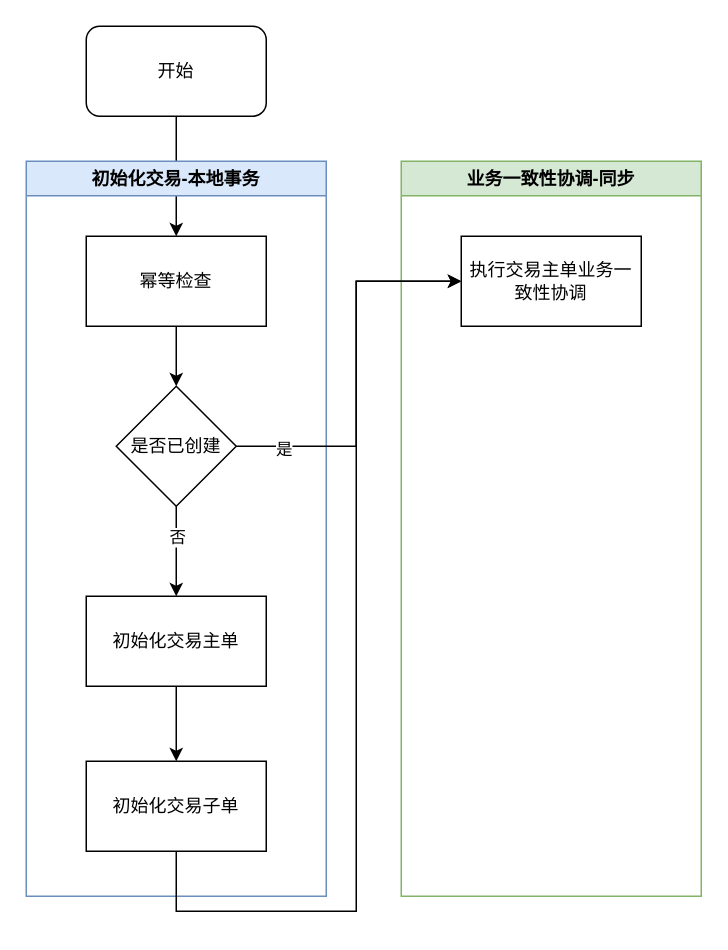
The draw.io diagram 统一交易-创建交易订单.drawio in catface996/images, before the edit. Source tidied: cells renumbered, new cells numbered last; positions are measured from the earlier drawing's top-left corner, leaving out a move shared by most shapes. Both pictures are drawn from the tidied source at 150%, with x=0, y=0 at pixel (26, 26).
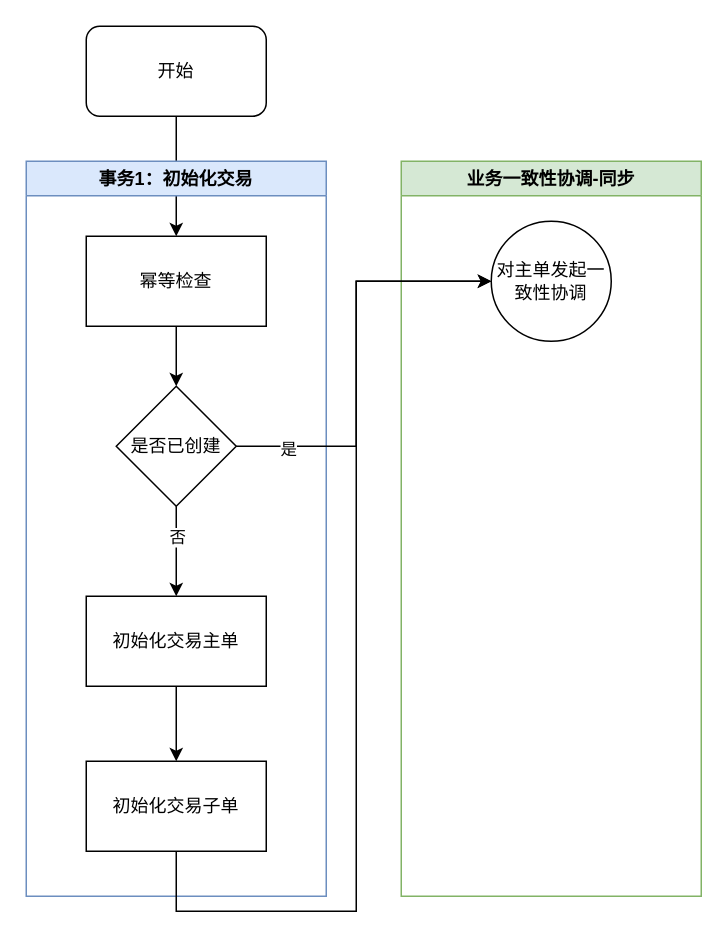
Above is the later version.

Commit message:
更新统一交易-创建交易订单.drawio

Unchanged cells that the change refers to:
```xml
<mxCell id="7" value="初始化交易子单" style="rounded=0;whiteSpace=wrap;html=1;" parent="4" vertex="1">
  <mxGeometry x="40" y="400" width="120" height="60" as="geometry" />
</mxCell>
<mxCell id="12" value="是否已创建" style="rhombus;whiteSpace=wrap;html=1;" parent="4" vertex="1">
  <mxGeometry x="60" y="150" width="80" height="80" as="geometry" />
</mxCell>
<mxCell id="13" value="业务一致性协调-同步" style="swimlane;fillColor=#d5e8d4;strokeColor=#82b366;" parent="1" vertex="1">
  <mxGeometry x="250" y="90" width="200" height="490" as="geometry" />
</mxCell>
```

Diff of the diagram source:
```diff
@@
-    <mxCell id="4" value="初始化交易-本地事务" style="swimlane;fillColor=#dae8fc;strokeColor=#6c8ebf;" parent="1" vertex="1">
+    <mxCell id="4" value="事务1：初始化交易" style="swimlane;fillColor=#dae8fc;strokeColor=#6c8ebf;" parent="1" vertex="1">
       <mxGeometry y="90" width="200" height="490" as="geometry" />
     </mxCell>
@@
-    <mxCell id="14" value="执行交易主单业务一致性协调" style="rounded=0;whiteSpace=wrap;html=1;" parent="13" vertex="1">
-      <mxGeometry x="40" y="50" width="120" height="60" as="geometry" />
-    </mxCell>
+    <mxCell id="18" value="对主单发起一致性协调" style="ellipse;whiteSpace=wrap;html=1;" parent="13" vertex="1">
+      <mxGeometry x="60" y="40" width="80" height="80" as="geometry" />
+    </mxCell>
-    <mxCell id="15" style="edgeStyle=orthogonalEdgeStyle;rounded=0;jettySize=auto;html=1;entryX=0;entryY=0.5;entryDx=0;entryDy=0;exitX=0.5;exitY=1;exitDx=0;exitDy=0;" parent="1" edge="1" source="7" target="14">
+    <mxCell id="15" style="edgeStyle=orthogonalEdgeStyle;rounded=0;jettySize=auto;html=1;entryX=0;entryY=0.5;entryDx=0;entryDy=0;exitX=0.5;exitY=1;exitDx=0;exitDy=0;" parent="1" edge="1" source="7" target="18">
       <mxGeometry relative="1" as="geometry">
         <Array as="points">
           <mxPoint x="100" y="590" />
           <mxPoint x="220" y="590" />
           <mxPoint x="220" y="170" />
         </Array>
       </mxGeometry>
     </mxCell>
-    <mxCell id="16" style="edgeStyle=orthogonalEdgeStyle;rounded=0;jettySize=auto;html=1;entryX=0;entryY=0.5;entryDx=0;entryDy=0;" parent="1" edge="1" source="12" target="14">
+    <mxCell id="16" style="edgeStyle=orthogonalEdgeStyle;rounded=0;jettySize=auto;html=1;entryX=0;entryY=0.5;entryDx=0;entryDy=0;" parent="1" edge="1" source="12" target="18">
       <mxGeometry relative="1" as="geometry">
         <Array as="points">
           <mxPoint x="220" y="280" />
           <mxPoint x="220" y="170" />
         </Array>
       </mxGeometry>
     </mxCell>
```
